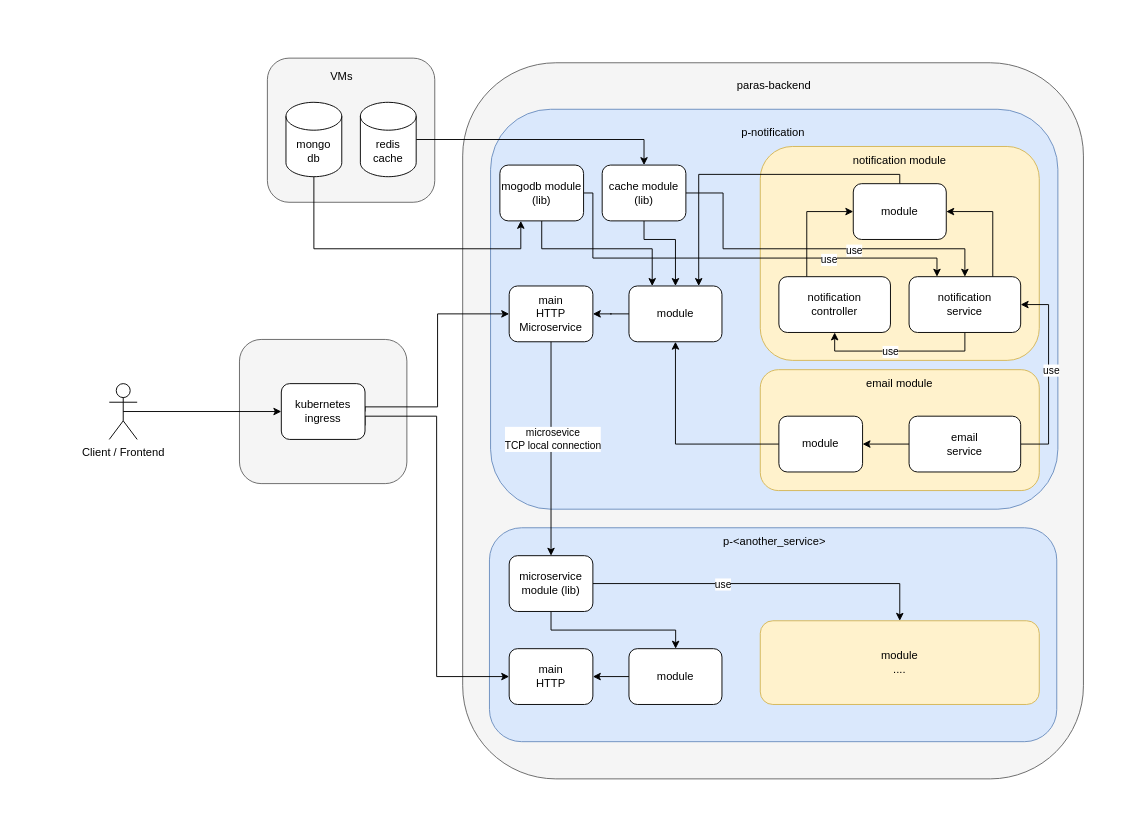
Earlier version of the draw.io diagram Untitled Diagram.drawio (joundy/diagrams). Source tidied: cells renumbered, new cells numbered last; positions are measured from the earlier drawing's top-left corner, leaving out a move shared by most shapes. Both pictures are drawn from the tidied source at 93%, with x=0, y=0 at pixel (109, 58).
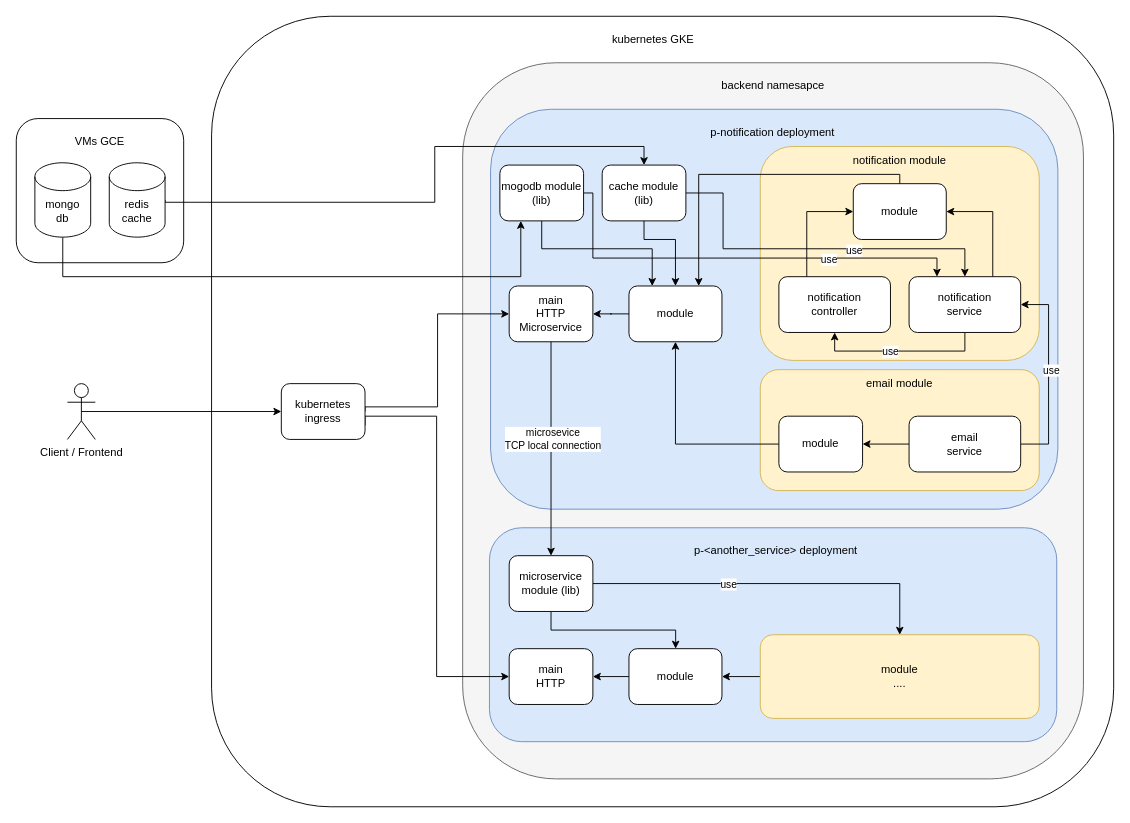
Above is the later version.

Unchanged cells that the change refers to:
```xml
<mxCell id="35" value="mogodb module (lib)" style="rounded=1;whiteSpace=wrap;html=1;" parent="1" vertex="1">
  <mxGeometry x="420" y="115" width="90" height="60" as="geometry" />
</mxCell>
<mxCell id="38" value="cache module&lt;br&gt;(lib)" style="rounded=1;whiteSpace=wrap;html=1;" parent="1" vertex="1">
  <mxGeometry x="530" y="115" width="90" height="60" as="geometry" />
</mxCell>
<mxCell id="50" value="module" style="rounded=1;whiteSpace=wrap;html=1;" parent="1" vertex="1">
  <mxGeometry x="558.8" y="635" width="100" height="60" as="geometry" />
</mxCell>
```

What changed in the source:
```diff
@@
+    <mxCell id="59" style="rounded=1;whiteSpace=wrap;html=1;" parent="1" vertex="1">
+      <mxGeometry x="110" y="-45" width="970" height="850" as="geometry" />
+    </mxCell>
-    <mxCell id="2" style="rounded=1;whiteSpace=wrap;html=1;fillColor=#f5f5f5;fontColor=#333333;strokeColor=#666666;" parent="1" vertex="1">
-      <mxGeometry x="170" width="180" height="155" as="geometry" />
+    <mxCell id="2" style="rounded=1;whiteSpace=wrap;html=1;" parent="1" vertex="1">
+      <mxGeometry x="-100" y="65" width="180" height="155" as="geometry" />
     </mxCell>
@@
     <mxCell id="5" value="Client / Frontend" style="shape=umlActor;verticalLabelPosition=bottom;verticalAlign=top;html=1;outlineConnect=0;" parent="1" vertex="1">
-      <mxGeometry y="350" width="30" height="60" as="geometry" />
+      <mxGeometry x="-45" y="350" width="30" height="60" as="geometry" />
     </mxCell>
@@
     <mxCell id="8" style="edgeStyle=orthogonalEdgeStyle;rounded=0;jettySize=auto;html=1;exitX=0.5;exitY=1;exitDx=0;exitDy=0;exitPerimeter=0;entryX=0.25;entryY=1;entryDx=0;entryDy=0;" parent="1" edge="1" source="9" target="35">
       <mxGeometry relative="1" as="geometry">
         <Array as="points">
-          <mxPoint x="220" y="205" />
-          <mxPoint x="443" y="205" />
+          <mxPoint x="-50" y="235" />
+          <mxPoint x="442" y="235" />
         </Array>
       </mxGeometry>
     </mxCell>
     <mxCell id="9" value="mongo&lt;br&gt;db" style="shape=cylinder3;whiteSpace=wrap;html=1;boundedLbl=1;backgroundOutline=1;size=15;" parent="1" vertex="1">
-      <mxGeometry x="190" y="47.5" width="60" height="80" as="geometry" />
+      <mxGeometry x="-80" y="112.5" width="60" height="80" as="geometry" />
     </mxCell>
@@
-    <mxCell id="20" value="p-notification" style="text;html=1;strokeColor=none;fillColor=none;align=center;verticalAlign=middle;whiteSpace=wrap;rounded=0;" parent="1" vertex="1">
-      <mxGeometry x="658.8" y="65" width="110" height="30" as="geometry" />
+    <mxCell id="20" value="p-notification deployment" style="text;html=1;strokeColor=none;fillColor=none;align=center;verticalAlign=middle;whiteSpace=wrap;rounded=0;" parent="1" vertex="1">
+      <mxGeometry x="634.4" y="65" width="158.8" height="30" as="geometry" />
     </mxCell>
@@
-    <mxCell id="28" value="paras-backend" style="text;html=1;strokeColor=none;fillColor=none;align=center;verticalAlign=middle;whiteSpace=wrap;rounded=0;" parent="1" vertex="1">
-      <mxGeometry x="660" y="15" width="110" height="30" as="geometry" />
+    <mxCell id="28" value="backend namesapce" style="text;html=1;strokeColor=none;fillColor=none;align=center;verticalAlign=middle;whiteSpace=wrap;rounded=0;" parent="1" vertex="1">
+      <mxGeometry x="644.4" y="15" width="140" height="30" as="geometry" />
     </mxCell>
-    <mxCell id="29" value="VMs" style="text;html=1;strokeColor=none;fillColor=none;align=center;verticalAlign=middle;whiteSpace=wrap;rounded=0;" parent="1" vertex="1">
-      <mxGeometry x="195" y="5" width="110" height="30" as="geometry" />
+    <mxCell id="29" value="VMs GCE" style="text;html=1;strokeColor=none;fillColor=none;align=center;verticalAlign=middle;whiteSpace=wrap;rounded=0;" parent="1" vertex="1">
+      <mxGeometry x="-65" y="75" width="110" height="30" as="geometry" />
     </mxCell>
     <mxCell id="30" style="edgeStyle=orthogonalEdgeStyle;rounded=0;jettySize=auto;html=1;exitX=1;exitY=0.5;exitDx=0;exitDy=0;exitPerimeter=0;entryX=0.5;entryY=0;entryDx=0;entryDy=0;" parent="1" edge="1" source="31" target="38">
-      <mxGeometry relative="1" as="geometry" />
+      <mxGeometry relative="1" as="geometry">
+        <Array as="points">
+          <mxPoint x="60" y="155" />
+          <mxPoint x="350" y="155" />
+          <mxPoint x="350" y="95" />
+          <mxPoint x="575" y="95" />
+        </Array>
+      </mxGeometry>
     </mxCell>
     <mxCell id="31" value="redis&lt;br&gt;cache" style="shape=cylinder3;whiteSpace=wrap;html=1;boundedLbl=1;backgroundOutline=1;size=15;" parent="1" vertex="1">
-      <mxGeometry x="270" y="47.5" width="60" height="80" as="geometry" />
+      <mxGeometry y="112.5" width="60" height="80" as="geometry" />
     </mxCell>
@@
-    <mxCell id="40" value="p-&amp;lt;another_service&amp;gt;" style="text;html=1;strokeColor=none;fillColor=none;align=center;verticalAlign=middle;whiteSpace=wrap;rounded=0;" parent="1" vertex="1">
-      <mxGeometry x="645.6" y="505" width="138.8" height="30" as="geometry" />
+    <mxCell id="40" value="p-&amp;lt;another_service&amp;gt; deployment" style="text;html=1;strokeColor=none;fillColor=none;align=center;verticalAlign=middle;whiteSpace=wrap;rounded=0;" parent="1" vertex="1">
+      <mxGeometry x="620" y="515" width="194.4" height="30" as="geometry" />
     </mxCell>
@@
-    <mxCell id="42" style="rounded=1;whiteSpace=wrap;html=1;fillColor=#f5f5f5;fontColor=#333333;strokeColor=#666666;" parent="1" vertex="1">
-      <mxGeometry x="140" y="302.5" width="180" height="155" as="geometry" />
-    </mxCell>
@@
+    <mxCell id="60" style="edgeStyle=orthogonalEdgeStyle;rounded=0;jettySize=auto;html=1;exitX=0;exitY=0.5;exitDx=0;exitDy=0;entryX=1;entryY=0.5;entryDx=0;entryDy=0;" parent="1" edge="1" source="57" target="50">
+      <mxGeometry relative="1" as="geometry" />
+    </mxCell>
     <mxCell id="57" value="module&lt;br&gt;...." style="rounded=1;whiteSpace=wrap;html=1;fillColor=#fff2cc;strokeColor=#d6b656;" parent="1" vertex="1">
-      <mxGeometry x="700" y="605" width="300" height="90" as="geometry" />
+      <mxGeometry x="700" y="620" width="300" height="90" as="geometry" />
     </mxCell>
@@
+    <mxCell id="61" value="kubernetes GKE" style="text;html=1;strokeColor=none;fillColor=none;align=center;verticalAlign=middle;whiteSpace=wrap;rounded=0;" parent="1" vertex="1">
+      <mxGeometry x="530" y="-35" width="110" height="30" as="geometry" />
+    </mxCell>
```
